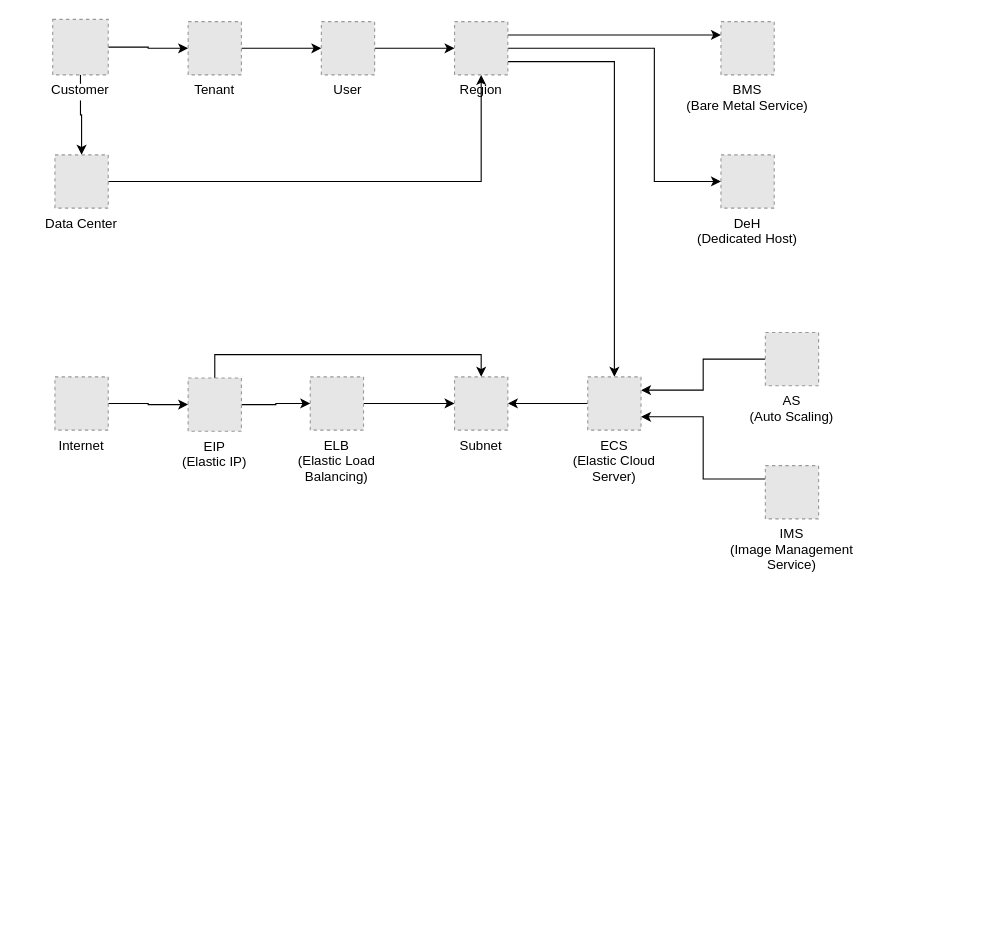
Earlier version of the draw.io diagram Komponenten.drawio (themue/OTC). Source tidied: cells renumbered, new cells numbered last; positions are measured from the earlier drawing's top-left corner, leaving out a move shared by most shapes. Both pictures are drawn from the tidied source at 111%, with x=0, y=0 at pixel (52, 19). Pictures stored in the file or linked from it are replaced by grey dashed boxes.
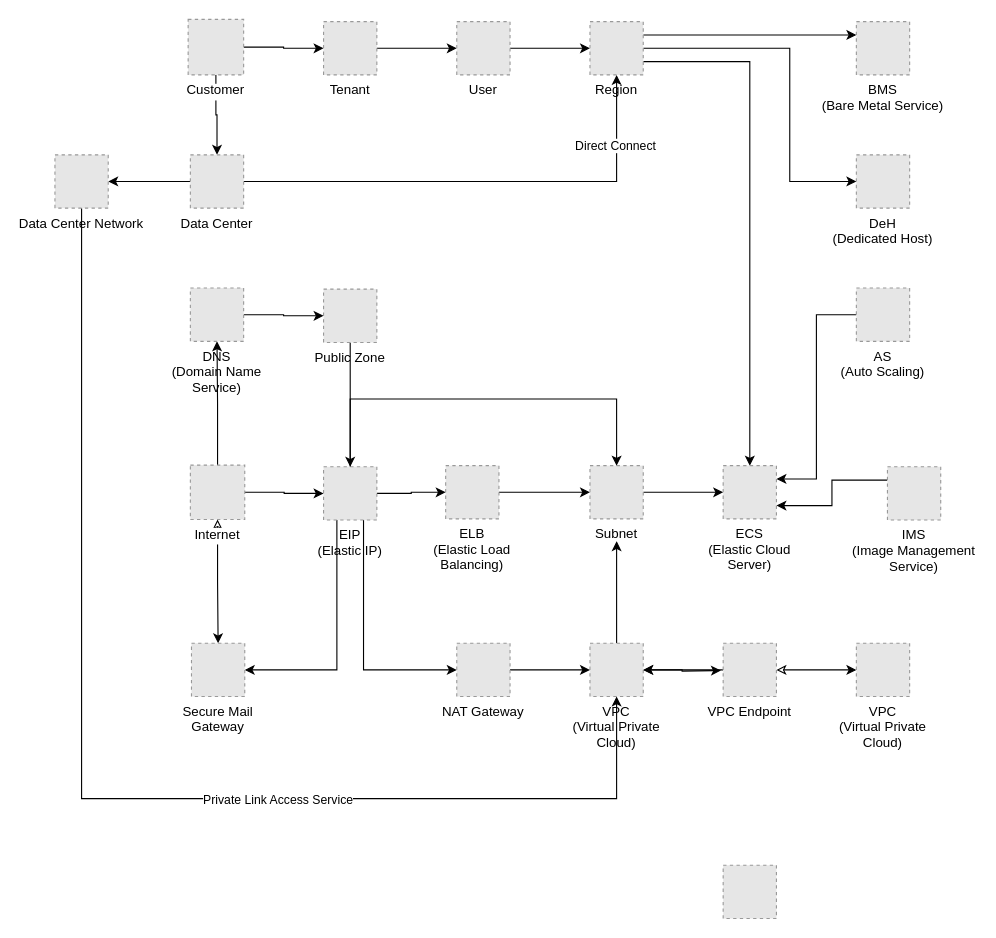
After the change.

Commit message:
Weitere Network Komponenten hinzugefügt

Unchanged cells that the change refers to:
```xml
<mxCell id="25" style="edgeStyle=orthogonalEdgeStyle;rounded=0;jettySize=auto;html=1;exitX=1;exitY=0.5;exitDx=0;exitDy=0;entryX=0.5;entryY=1;entryDx=0;entryDy=0;" parent="1" edge="1" source="26" target="29">
  <mxGeometry relative="1" as="geometry" />
</mxCell>
```

What changed in the source:
```diff
@@
+    <mxCell id="31" style="edgeStyle=orthogonalEdgeStyle;rounded=0;jettySize=auto;html=1;exitX=0.5;exitY=0;exitDx=0;exitDy=0;entryX=0.5;entryY=1;entryDx=0;entryDy=0;" parent="1" edge="1" source="3" target="41">
+      <mxGeometry relative="1" as="geometry" />
+    </mxCell>
+    <mxCell id="32" style="edgeStyle=orthogonalEdgeStyle;rounded=0;jettySize=auto;html=1;exitX=0.5;exitY=1;exitDx=0;exitDy=0;entryX=0.5;entryY=0;entryDx=0;entryDy=0;startArrow=classic;startFill=0;" parent="1" edge="1" source="3" target="50">
+      <mxGeometry relative="1" as="geometry" />
+    </mxCell>
     <mxCell id="3" value="Internet" style="fillColor=#E6E6E6;strokeColor=#999999;dashed=1;verticalLabelPosition=bottom;verticalAlign=top;labelBackgroundColor=#ffffff;" parent="1" vertex="1">
-      <mxGeometry x="2" y="322" width="48" height="48" as="geometry" />
+      <mxGeometry x="124" y="401.5" width="49" height="49" as="geometry" />
     </mxCell>
@@
     <mxCell id="6" value="Customer" style="fillColor=#E6E6E6;strokeColor=#999999;dashed=1;verticalLabelPosition=bottom;verticalAlign=top;labelBackgroundColor=#ffffff;" parent="1" vertex="1">
-      <mxGeometry width="50" height="50" as="geometry" />
+      <mxGeometry x="122" width="50" height="50" as="geometry" />
     </mxCell>
@@
     <mxCell id="8" value="Tenant" style="fillColor=#E6E6E6;strokeColor=#999999;dashed=1;verticalLabelPosition=bottom;verticalAlign=top;" parent="1" vertex="1">
-      <mxGeometry x="122" y="2" width="48" height="48" as="geometry" />
+      <mxGeometry x="244" y="2" width="48" height="48" as="geometry" />
     </mxCell>
@@
     <mxCell id="11" value="User" style="fillColor=#E6E6E6;strokeColor=#999999;dashed=1;verticalLabelPosition=bottom;verticalAlign=top;" parent="1" vertex="1">
-      <mxGeometry x="242" y="2" width="48" height="48" as="geometry" />
+      <mxGeometry x="364" y="2" width="48" height="48" as="geometry" />
     </mxCell>
@@
     <mxCell id="13" value="AS&#10;(Auto Scaling)" style="fillColor=#E6E6E6;strokeColor=#999999;dashed=1;verticalLabelPosition=bottom;verticalAlign=top;" parent="1" vertex="1">
-      <mxGeometry x="642" y="282" width="48" height="48" as="geometry" />
+      <mxGeometry x="724" y="242" width="48" height="48" as="geometry" />
     </mxCell>
-    <mxCell id="14" style="edgeStyle=orthogonalEdgeStyle;rounded=0;jettySize=auto;html=1;" parent="1" edge="1" source="30" target="21">
-      <mxGeometry relative="1" as="geometry" />
-    </mxCell>
     <mxCell id="15" value="DeH&#10;(Dedicated Host)" style="fillColor=#E6E6E6;strokeColor=#999999;dashed=1;verticalLabelPosition=bottom;verticalAlign=top;" parent="1" vertex="1">
-      <mxGeometry x="602" y="122" width="48" height="48" as="geometry" />
+      <mxGeometry x="724" y="122" width="48" height="48" as="geometry" />
     </mxCell>
     <mxCell id="16" value="BMS&#10;(Bare Metal Service)" style="fillColor=#E6E6E6;strokeColor=#999999;dashed=1;verticalLabelPosition=bottom;verticalAlign=top;" parent="1" vertex="1">
-      <mxGeometry x="602" y="2" width="48" height="48" as="geometry" />
+      <mxGeometry x="724" y="2" width="48" height="48" as="geometry" />
     </mxCell>
@@
     <mxCell id="18" value="IMS&#10;(Image Management&#10;Service)" style="fillColor=#E6E6E6;strokeColor=#999999;dashed=1;verticalLabelPosition=bottom;verticalAlign=top;" parent="1" vertex="1">
-      <mxGeometry x="642" y="402" width="48" height="48" as="geometry" />
+      <mxGeometry x="752" y="403" width="48" height="48" as="geometry" />
     </mxCell>
@@
     <mxCell id="20" value="ELB&#10;(Elastic Load&#10;Balancing)" style="fillColor=#E6E6E6;strokeColor=#999999;dashed=1;verticalLabelPosition=bottom;verticalAlign=top;" parent="1" vertex="1">
-      <mxGeometry x="232" y="322" width="48" height="48" as="geometry" />
+      <mxGeometry x="354" y="402" width="48" height="48" as="geometry" />
     </mxCell>
+    <mxCell id="33" style="edgeStyle=orthogonalEdgeStyle;rounded=0;jettySize=auto;html=1;exitX=1;exitY=0.5;exitDx=0;exitDy=0;entryX=0;entryY=0.5;entryDx=0;entryDy=0;" parent="1" edge="1" source="21" target="30">
+      <mxGeometry relative="1" as="geometry" />
+    </mxCell>
     <mxCell id="21" value="Subnet" style="fillColor=#E6E6E6;strokeColor=#999999;dashed=1;verticalLabelPosition=bottom;verticalAlign=top;" parent="1" vertex="1">
-      <mxGeometry x="362" y="322" width="48" height="48" as="geometry" />
+      <mxGeometry x="484" y="402" width="48" height="48" as="geometry" />
     </mxCell>
@@
     <mxCell id="23" style="edgeStyle=orthogonalEdgeStyle;rounded=0;jettySize=auto;html=1;exitX=0.5;exitY=0;exitDx=0;exitDy=0;entryX=0.5;entryY=0;entryDx=0;entryDy=0;" parent="1" edge="1" source="24" target="21">
-      <mxGeometry relative="1" as="geometry" />
+      <mxGeometry relative="1" as="geometry">
+        <Array as="points">
+          <mxPoint x="268" y="342" />
+          <mxPoint x="508" y="342" />
+        </Array>
+      </mxGeometry>
     </mxCell>
+    <mxCell id="34" style="edgeStyle=orthogonalEdgeStyle;rounded=0;jettySize=auto;html=1;exitX=0.75;exitY=1;exitDx=0;exitDy=0;entryX=0;entryY=0.5;entryDx=0;entryDy=0;" parent="1" edge="1" source="24" target="46">
+      <mxGeometry relative="1" as="geometry" />
+    </mxCell>
+    <mxCell id="35" style="edgeStyle=orthogonalEdgeStyle;rounded=0;jettySize=auto;html=1;exitX=0.25;exitY=1;exitDx=0;exitDy=0;entryX=1;entryY=0.5;entryDx=0;entryDy=0;" parent="1" edge="1" source="24" target="50">
+      <mxGeometry relative="1" as="geometry" />
+    </mxCell>
     <mxCell id="24" value="EIP&#10;(Elastic IP)" style="fillColor=#E6E6E6;strokeColor=#999999;dashed=1;verticalLabelPosition=bottom;verticalAlign=top;" parent="1" vertex="1">
-      <mxGeometry x="122" y="323" width="48" height="48" as="geometry" />
+      <mxGeometry x="244" y="403" width="48" height="48" as="geometry" />
     </mxCell>
@@
+    <mxCell id="36" value="Direct Connect" style="edgeLabel;html=1;align=center;verticalAlign=middle;" parent="25" vertex="1">
+      <mxGeometry x="0.71" y="2" relative="1" as="geometry" />
+    </mxCell>
+    <mxCell id="37" style="edgeStyle=orthogonalEdgeStyle;rounded=0;jettySize=auto;html=1;exitX=0;exitY=0.5;exitDx=0;exitDy=0;entryX=1;entryY=0.5;entryDx=0;entryDy=0;" parent="1" edge="1" source="26" target="49">
+      <mxGeometry relative="1" as="geometry" />
+    </mxCell>
     <mxCell id="26" value="Data Center" style="fillColor=#E6E6E6;strokeColor=#999999;dashed=1;verticalLabelPosition=bottom;verticalAlign=top;" parent="1" vertex="1">
-      <mxGeometry x="2" y="122" width="48" height="48" as="geometry" />
+      <mxGeometry x="124" y="122" width="48" height="48" as="geometry" />
     </mxCell>
@@
     <mxCell id="28" style="edgeStyle=orthogonalEdgeStyle;rounded=0;jettySize=auto;html=1;exitX=1;exitY=0.5;exitDx=0;exitDy=0;entryX=0;entryY=0.5;entryDx=0;entryDy=0;" parent="1" edge="1" source="29" target="15">
       <mxGeometry relative="1" as="geometry">
         <Array as="points">
-          <mxPoint x="542" y="26" />
-          <mxPoint x="542" y="146" />
+          <mxPoint x="664" y="26" />
+          <mxPoint x="664" y="146" />
         </Array>
       </mxGeometry>
     </mxCell>
     <mxCell id="29" value="Region" style="fillColor=#E6E6E6;strokeColor=#999999;dashed=1;verticalLabelPosition=bottom;verticalAlign=top;" parent="1" vertex="1">
-      <mxGeometry x="362" y="2" width="48" height="48" as="geometry" />
+      <mxGeometry x="484" y="2" width="48" height="48" as="geometry" />
     </mxCell>
     <mxCell id="30" value="ECS&#10;(Elastic Cloud&#10;Server)" style="fillColor=#E6E6E6;strokeColor=#999999;dashed=1;verticalLabelPosition=bottom;verticalAlign=top;" parent="1" vertex="1">
-      <mxGeometry x="482" y="322" width="48" height="48" as="geometry" />
+      <mxGeometry x="604" y="402" width="48" height="48" as="geometry" />
     </mxCell>
+    <mxCell id="38" style="edgeStyle=orthogonalEdgeStyle;rounded=0;jettySize=auto;html=1;exitX=0.5;exitY=1;exitDx=0;exitDy=0;" parent="1" edge="1" source="39" target="24">
+      <mxGeometry relative="1" as="geometry" />
+    </mxCell>
+    <mxCell id="39" value="Public Zone" style="fillColor=#E6E6E6;strokeColor=#999999;dashed=1;verticalLabelPosition=bottom;verticalAlign=top;" parent="1" vertex="1">
+      <mxGeometry x="244" y="243" width="48" height="48" as="geometry" />
+    </mxCell>
+    <mxCell id="40" style="edgeStyle=orthogonalEdgeStyle;rounded=0;jettySize=auto;html=1;exitX=1;exitY=0.5;exitDx=0;exitDy=0;entryX=0;entryY=0.5;entryDx=0;entryDy=0;" parent="1" edge="1" source="41" target="39">
+      <mxGeometry relative="1" as="geometry" />
+    </mxCell>
+    <mxCell id="41" value="DNS&#10;(Domain Name&#10;Service)" style="fillColor=#E6E6E6;strokeColor=#999999;dashed=1;verticalLabelPosition=bottom;verticalAlign=top;" parent="1" vertex="1">
+      <mxGeometry x="124" y="242" width="48" height="48" as="geometry" />
+    </mxCell>
+    <mxCell id="42" style="edgeStyle=orthogonalEdgeStyle;rounded=0;jettySize=auto;html=1;exitX=0.5;exitY=0;exitDx=0;exitDy=0;entryX=0.5;entryY=1;entryDx=0;entryDy=0;" parent="1" edge="1" source="44">
+      <mxGeometry relative="1" as="geometry">
+        <mxPoint x="508" y="470" as="targetPoint" />
+      </mxGeometry>
+    </mxCell>
+    <mxCell id="43" style="edgeStyle=orthogonalEdgeStyle;rounded=0;jettySize=auto;html=1;exitX=1;exitY=0.5;exitDx=0;exitDy=0;startArrow=classic;startFill=0;" parent="1" edge="1" source="44">
+      <mxGeometry relative="1" as="geometry">
+        <mxPoint x="602" y="586.6" as="targetPoint" />
+      </mxGeometry>
+    </mxCell>
+    <mxCell id="44" value="VPC&#10;(Virtual Private&#10;Cloud)" style="fillColor=#E6E6E6;strokeColor=#999999;dashed=1;verticalLabelPosition=bottom;verticalAlign=top;" parent="1" vertex="1">
+      <mxGeometry x="484" y="562" width="48" height="48" as="geometry" />
+    </mxCell>
+    <mxCell id="45" style="edgeStyle=orthogonalEdgeStyle;rounded=0;jettySize=auto;html=1;exitX=1;exitY=0.5;exitDx=0;exitDy=0;entryX=0;entryY=0.5;entryDx=0;entryDy=0;" parent="1" edge="1" source="46" target="44">
+      <mxGeometry relative="1" as="geometry" />
+    </mxCell>
+    <mxCell id="46" value="NAT Gateway" style="fillColor=#E6E6E6;strokeColor=#999999;dashed=1;verticalLabelPosition=bottom;verticalAlign=top;" parent="1" vertex="1">
+      <mxGeometry x="364" y="562" width="48" height="48" as="geometry" />
+    </mxCell>
+    <mxCell id="47" style="edgeStyle=orthogonalEdgeStyle;rounded=0;jettySize=auto;html=1;exitX=0.5;exitY=1;exitDx=0;exitDy=0;entryX=0.5;entryY=1;entryDx=0;entryDy=0;" parent="1" edge="1" source="49" target="44">
+      <mxGeometry relative="1" as="geometry">
+        <Array as="points">
+          <mxPoint x="26" y="702" />
+          <mxPoint x="508" y="702" />
+        </Array>
+      </mxGeometry>
+    </mxCell>
+    <mxCell id="48" value="Private Link Access Service" style="edgeLabel;html=1;align=center;verticalAlign=middle;" parent="47" vertex="1">
+      <mxGeometry x="0.28" relative="1" as="geometry" />
+    </mxCell>
+    <mxCell id="49" value="Data Center Network" style="fillColor=#E6E6E6;strokeColor=#999999;dashed=1;verticalLabelPosition=bottom;verticalAlign=top;" parent="1" vertex="1">
+      <mxGeometry x="2" y="122" width="48" height="48" as="geometry" />
+    </mxCell>
+    <mxCell id="50" value="Secure Mail&#10;Gateway" style="fillColor=#E6E6E6;strokeColor=#999999;dashed=1;verticalLabelPosition=bottom;verticalAlign=top;" parent="1" vertex="1">
+      <mxGeometry x="125" y="562" width="48" height="48" as="geometry" />
+    </mxCell>
+    <mxCell id="51" style="fillColor=#E6E6E6;strokeColor=#999999;dashed=1;verticalLabelPosition=bottom;verticalAlign=top;" parent="1" vertex="1">
+      <mxGeometry x="604" y="762" width="48" height="48" as="geometry" />
+    </mxCell>
+    <mxCell id="52" style="edgeStyle=orthogonalEdgeStyle;rounded=0;jettySize=auto;html=1;" parent="1" edge="1" source="54" target="44">
+      <mxGeometry relative="1" as="geometry" />
+    </mxCell>
+    <mxCell id="53" style="edgeStyle=orthogonalEdgeStyle;rounded=0;jettySize=auto;html=1;exitX=1;exitY=0.5;exitDx=0;exitDy=0;entryX=0;entryY=0.5;entryDx=0;entryDy=0;startArrow=classic;startFill=0;" parent="1" edge="1" source="54" target="55">
+      <mxGeometry relative="1" as="geometry" />
+    </mxCell>
+    <mxCell id="54" value="VPC Endpoint" style="fillColor=#E6E6E6;strokeColor=#999999;dashed=1;verticalLabelPosition=bottom;verticalAlign=top;" parent="1" vertex="1">
+      <mxGeometry x="604" y="562" width="48" height="48" as="geometry" />
+    </mxCell>
+    <mxCell id="55" value="VPC&#10;(Virtual Private&#10;Cloud)" style="fillColor=#E6E6E6;strokeColor=#999999;dashed=1;verticalLabelPosition=bottom;verticalAlign=top;" parent="1" vertex="1">
+      <mxGeometry x="724" y="562" width="48" height="48" as="geometry" />
+    </mxCell>
```
